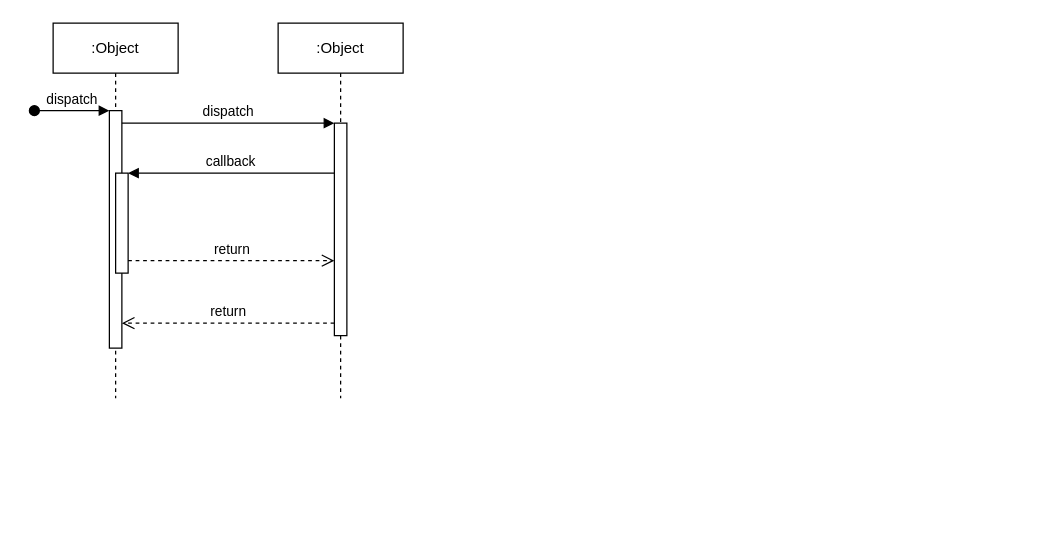
Above: Untitled Diagram.drawio in sajanep/FantasyGaming (draw.io), before the change. Source tidied: cells renumbered, new cells numbered last; positions are measured from the earlier drawing's top-left corner, leaving out a move shared by most shapes. Both pictures are drawn from the tidied source at 125%, with x=0, y=0 at pixel (34, 22).
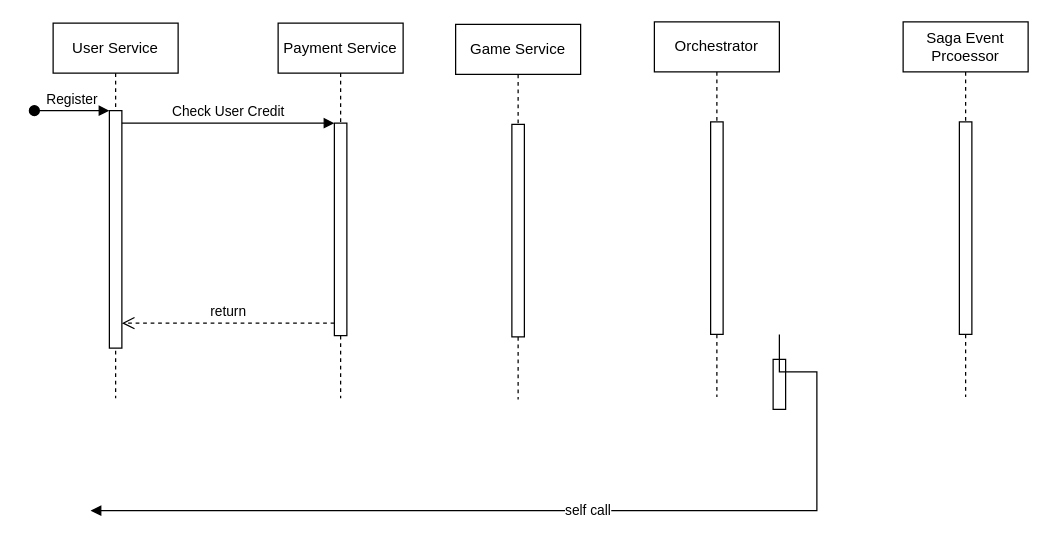
After the change.

The change refers to these unchanged cells:
```xml
<mxCell id="3" style="html=1;points=[];perimeter=orthogonalPerimeter;outlineConnect=0;targetShapes=umlLifeline;portConstraint=eastwest;newEdgeStyle={&quot;edgeStyle&quot;:&quot;elbowEdgeStyle&quot;,&quot;elbow&quot;:&quot;vertical&quot;,&quot;curved&quot;:0,&quot;rounded&quot;:0};" parent="2" vertex="1">
  <mxGeometry x="45" y="70" width="10" height="190" as="geometry" />
</mxCell>
<mxCell id="7" style="html=1;points=[];perimeter=orthogonalPerimeter;outlineConnect=0;targetShapes=umlLifeline;portConstraint=eastwest;newEdgeStyle={&quot;edgeStyle&quot;:&quot;elbowEdgeStyle&quot;,&quot;elbow&quot;:&quot;vertical&quot;,&quot;curved&quot;:0,&quot;rounded&quot;:0};" parent="6" vertex="1">
  <mxGeometry x="45" y="80" width="10" height="170" as="geometry" />
</mxCell>
```

Diff of the diagram source:
```diff
@@
-    <mxCell id="2" value=":Object" style="shape=umlLifeline;perimeter=lifelinePerimeter;whiteSpace=wrap;html=1;newEdgeStyle={&quot;edgeStyle&quot;:&quot;elbowEdgeStyle&quot;,&quot;elbow&quot;:&quot;vertical&quot;,&quot;curved&quot;:0,&quot;rounded&quot;:0};" parent="1" vertex="1">
+    <mxCell id="2" value="User Service" style="shape=umlLifeline;perimeter=lifelinePerimeter;whiteSpace=wrap;html=1;newEdgeStyle={&quot;edgeStyle&quot;:&quot;elbowEdgeStyle&quot;,&quot;elbow&quot;:&quot;vertical&quot;,&quot;curved&quot;:0,&quot;rounded&quot;:0};" parent="1" vertex="1">
       <mxGeometry x="15" width="100" height="300" as="geometry" />
     </mxCell>
@@
-    <mxCell id="4" value="dispatch" style="html=1;verticalAlign=bottom;startArrow=oval;endArrow=block;startSize=8;edgeStyle=elbowEdgeStyle;elbow=vertical;curved=0;rounded=0;" parent="2" edge="1" target="3">
+    <mxCell id="4" value="Register" style="html=1;verticalAlign=bottom;startArrow=oval;endArrow=block;startSize=8;edgeStyle=elbowEdgeStyle;elbow=vertical;curved=0;rounded=0;" parent="2" edge="1" target="3">
       <mxGeometry relative="1" as="geometry">
         <mxPoint x="-15" y="70" as="sourcePoint" />
       </mxGeometry>
     </mxCell>
-    <mxCell id="5" style="html=1;points=[];perimeter=orthogonalPerimeter;outlineConnect=0;targetShapes=umlLifeline;portConstraint=eastwest;newEdgeStyle={&quot;edgeStyle&quot;:&quot;elbowEdgeStyle&quot;,&quot;elbow&quot;:&quot;vertical&quot;,&quot;curved&quot;:0,&quot;rounded&quot;:0};" parent="2" vertex="1">
-      <mxGeometry x="50" y="120" width="10" height="80" as="geometry" />
-    </mxCell>
-    <mxCell id="6" value=":Object" style="shape=umlLifeline;perimeter=lifelinePerimeter;whiteSpace=wrap;html=1;newEdgeStyle={&quot;edgeStyle&quot;:&quot;elbowEdgeStyle&quot;,&quot;elbow&quot;:&quot;vertical&quot;,&quot;curved&quot;:0,&quot;rounded&quot;:0};" parent="1" vertex="1">
+    <mxCell id="6" value="Payment Service" style="shape=umlLifeline;perimeter=lifelinePerimeter;whiteSpace=wrap;html=1;newEdgeStyle={&quot;edgeStyle&quot;:&quot;elbowEdgeStyle&quot;,&quot;elbow&quot;:&quot;vertical&quot;,&quot;curved&quot;:0,&quot;rounded&quot;:0};" parent="1" vertex="1">
       <mxGeometry x="195" width="100" height="300" as="geometry" />
     </mxCell>
@@
-    <mxCell id="8" value="dispatch" style="html=1;verticalAlign=bottom;endArrow=block;edgeStyle=elbowEdgeStyle;elbow=vertical;curved=0;rounded=0;" parent="1" edge="1" source="3" target="7">
+    <mxCell id="8" value="Check User Credit" style="html=1;verticalAlign=bottom;endArrow=block;edgeStyle=elbowEdgeStyle;elbow=horizontal;curved=0;rounded=0;" parent="1" edge="1" source="3" target="7">
       <mxGeometry relative="1" as="geometry">
         <Array as="points">
           <mxPoint x="155" y="80" />
         </Array>
       </mxGeometry>
     </mxCell>
@@
-    <mxCell id="10" value="callback" style="html=1;verticalAlign=bottom;endArrow=block;edgeStyle=elbowEdgeStyle;elbow=vertical;curved=0;rounded=0;" parent="1" edge="1" source="7" target="5">
-      <mxGeometry relative="1" as="geometry">
-        <Array as="points">
-          <mxPoint x="165" y="120" />
-        </Array>
-      </mxGeometry>
-    </mxCell>
-    <mxCell id="11" value="return" style="html=1;verticalAlign=bottom;endArrow=open;dashed=1;endSize=8;edgeStyle=elbowEdgeStyle;elbow=vertical;curved=0;rounded=0;" parent="1" edge="1" source="5" target="7">
-      <mxGeometry relative="1" as="geometry">
-        <Array as="points">
-          <mxPoint x="155" y="190" />
-        </Array>
-      </mxGeometry>
-    </mxCell>
+    <mxCell id="12" value="Game Service" style="shape=umlLifeline;perimeter=lifelinePerimeter;whiteSpace=wrap;html=1;newEdgeStyle={&quot;edgeStyle&quot;:&quot;elbowEdgeStyle&quot;,&quot;elbow&quot;:&quot;vertical&quot;,&quot;curved&quot;:0,&quot;rounded&quot;:0};" parent="1" vertex="1">
+      <mxGeometry x="337" y="1" width="100" height="300" as="geometry" />
+    </mxCell>
+    <mxCell id="13" style="html=1;perimeter=orthogonalPerimeter;targetShapes=umlLifeline;newEdgeStyle={&quot;edgeStyle&quot;:&quot;elbowEdgeStyle&quot;,&quot;elbow&quot;:&quot;vertical&quot;,&quot;curved&quot;:0,&quot;rounded&quot;:0};" parent="12" vertex="1">
+      <mxGeometry x="45" y="80" width="10" height="170" as="geometry" />
+    </mxCell>
+    <mxCell id="14" style="html=1;perimeter=orthogonalPerimeter;targetShapes=umlLifeline;newEdgeStyle={&quot;edgeStyle&quot;:&quot;elbowEdgeStyle&quot;,&quot;elbow&quot;:&quot;vertical&quot;,&quot;curved&quot;:0,&quot;rounded&quot;:0};" parent="1" vertex="1">
+      <mxGeometry x="591" y="269" width="10" height="40" as="geometry" />
+    </mxCell>
+    <mxCell id="15" value="self call" style="html=1;align=left;spacingLeft=2;endArrow=block;rounded=0;edgeStyle=orthogonalEdgeStyle;curved=0;rounded=0;" parent="1" edge="1">
+      <mxGeometry relative="1" as="geometry">
+        <mxPoint x="596" y="249" as="sourcePoint" />
+        <mxPoint x="45" y="390" as="targetPoint" />
+        <Array as="points">
+          <mxPoint x="626" y="279" />
+        </Array>
+      </mxGeometry>
+    </mxCell>
+    <mxCell id="16" value="Saga Event Prcoessor" style="shape=umlLifeline;perimeter=lifelinePerimeter;whiteSpace=wrap;html=1;newEdgeStyle={&quot;edgeStyle&quot;:&quot;elbowEdgeStyle&quot;,&quot;elbow&quot;:&quot;vertical&quot;,&quot;curved&quot;:0,&quot;rounded&quot;:0};" parent="1" vertex="1">
+      <mxGeometry x="695" y="-1" width="100" height="300" as="geometry" />
+    </mxCell>
+    <mxCell id="17" style="html=1;perimeter=orthogonalPerimeter;targetShapes=umlLifeline;newEdgeStyle={&quot;edgeStyle&quot;:&quot;elbowEdgeStyle&quot;,&quot;elbow&quot;:&quot;vertical&quot;,&quot;curved&quot;:0,&quot;rounded&quot;:0};" parent="16" vertex="1">
+      <mxGeometry x="45" y="80" width="10" height="170" as="geometry" />
+    </mxCell>
+    <mxCell id="18" value="Orchestrator" style="shape=umlLifeline;perimeter=lifelinePerimeter;whiteSpace=wrap;html=1;newEdgeStyle={&quot;edgeStyle&quot;:&quot;elbowEdgeStyle&quot;,&quot;elbow&quot;:&quot;vertical&quot;,&quot;curved&quot;:0,&quot;rounded&quot;:0};" parent="1" vertex="1">
+      <mxGeometry x="496" y="-1" width="100" height="300" as="geometry" />
+    </mxCell>
+    <mxCell id="19" style="html=1;perimeter=orthogonalPerimeter;targetShapes=umlLifeline;newEdgeStyle={&quot;edgeStyle&quot;:&quot;elbowEdgeStyle&quot;,&quot;elbow&quot;:&quot;vertical&quot;,&quot;curved&quot;:0,&quot;rounded&quot;:0};" parent="18" vertex="1">
+      <mxGeometry x="45" y="80" width="10" height="170" as="geometry" />
+    </mxCell>
```
